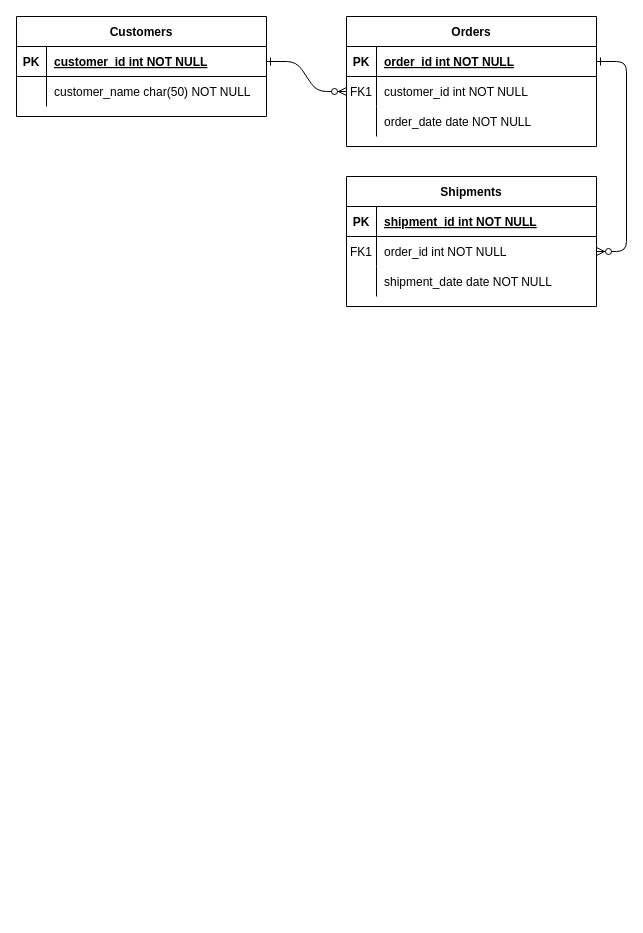
The draw.io diagram Untitled Diagram.drawio in Javalga/MySQL, before the edit. Source tidied: cells renumbered, new cells numbered last; positions are measured from the earlier drawing's top-left corner, leaving out a move shared by most shapes. Both pictures are drawn from the tidied source at 100%, with x=0, y=0 at pixel (16, 16).
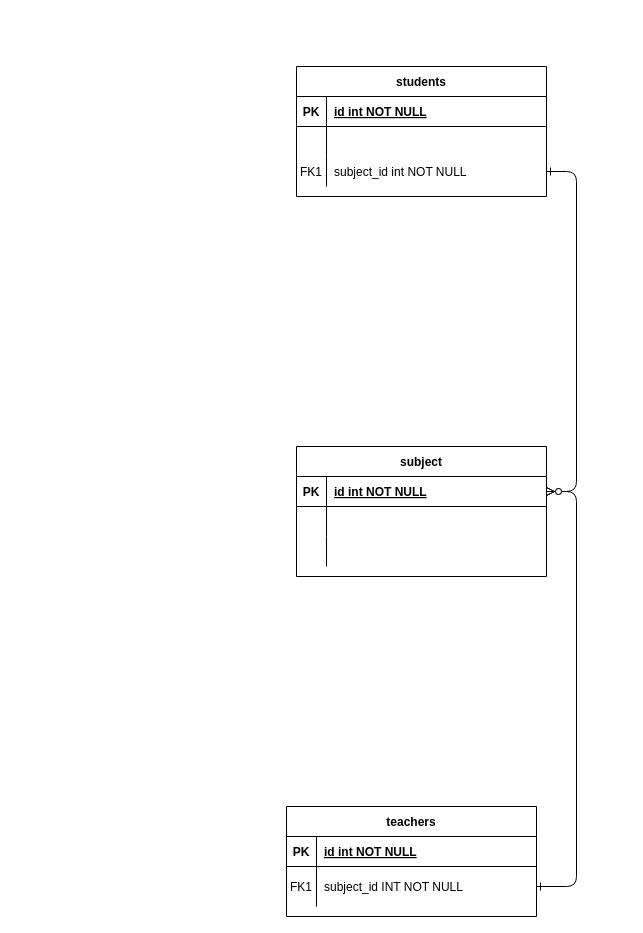
The same diagram, later.

The change refers to these unchanged cells:
```xml
<mxCell id="5" style="shape=partialRectangle;fillColor=none;points=[[0,0.5],[1,0.5]];portConstraint=eastwest;top=0;left=0;right=0;bottom=1;" parent="4" vertex="1">
  <mxGeometry y="30" width="250" height="30" as="geometry" />
</mxCell>
<mxCell id="8" style="shape=partialRectangle;fillColor=none;points=[[0,0.5],[1,0.5]];portConstraint=eastwest;top=0;left=0;right=0;bottom=0;" parent="4" vertex="1">
  <mxGeometry y="60" width="250" height="30" as="geometry" />
</mxCell>
<mxCell id="11" style="shape=partialRectangle;fillColor=none;top=0;left=0;right=0;bottom=0;" parent="4" vertex="1">
  <mxGeometry y="90" width="250" height="30" as="geometry" />
</mxCell>
<mxCell id="15" style="shape=partialRectangle;fillColor=none;top=0;left=0;right=0;bottom=1;" parent="14" vertex="1">
  <mxGeometry y="30" width="250" height="30" as="geometry" />
</mxCell>
<mxCell id="25" style="shape=partialRectangle;fillColor=none;points=[[0,0.5],[1,0.5]];portConstraint=eastwest;top=0;left=0;right=0;bottom=1;" parent="24" vertex="1">
  <mxGeometry y="30" width="250" height="30" as="geometry" />
</mxCell>
```

Change to the diagram source:
```diff
@@
-    <mxCell id="2" style="edgeStyle=entityRelationEdgeStyle;endArrow=ERzeroToMany;startArrow=ERone;endFill=1;startFill=0;" parent="1" edge="1" source="25" target="8">
+    <mxCell id="2" style="edgeStyle=entityRelationEdgeStyle;endArrow=ERzeroToMany;startArrow=ERone;endFill=1;startFill=0;" parent="1" edge="1" source="28" target="5">
       <mxGeometry relative="1" as="geometry" />
     </mxCell>
-    <mxCell id="3" style="edgeStyle=entityRelationEdgeStyle;endArrow=ERzeroToMany;startArrow=ERone;endFill=1;startFill=0;" parent="1" edge="1" source="5" target="18">
+    <mxCell id="3" style="edgeStyle=entityRelationEdgeStyle;endArrow=ERzeroToMany;startArrow=ERone;endFill=1;startFill=0;" parent="1" edge="1" source="18" target="5">
       <mxGeometry relative="1" as="geometry" />
     </mxCell>
-    <mxCell id="4" value="Orders" style="shape=table;startSize=30;childLayout=tableLayout;rowLines=0;fontStyle=1;align=center;" parent="1" vertex="1">
-      <mxGeometry x="330" width="250" height="130" as="geometry" />
+    <mxCell id="4" value="subject" style="shape=table;startSize=30;childLayout=tableLayout;rowLines=0;fontStyle=1;align=center;" parent="1" vertex="1">
+      <mxGeometry x="280" y="430" width="250" height="130" as="geometry" />
     </mxCell>
@@
-    <mxCell id="7" value="order_id int NOT NULL " style="shape=partialRectangle;overflow=hidden;fillColor=none;top=0;left=0;bottom=0;right=0;align=left;spacingLeft=6;fontStyle=5;" parent="5" vertex="1">
+    <mxCell id="7" value="id int NOT NULL " style="shape=partialRectangle;overflow=hidden;fillColor=none;top=0;left=0;bottom=0;right=0;align=left;spacingLeft=6;fontStyle=5;" parent="5" vertex="1">
       <mxGeometry x="30" width="220" height="30" as="geometry" />
     </mxCell>
@@
-    <mxCell id="9" value="FK1" style="shape=partialRectangle;overflow=hidden;fillColor=none;top=0;left=0;bottom=0;right=0;" parent="8" vertex="1">
+    <mxCell id="9" style="shape=partialRectangle;overflow=hidden;fillColor=none;top=0;left=0;bottom=0;right=0;" parent="8" vertex="1">
       <mxGeometry width="30" height="30" as="geometry" />
     </mxCell>
-    <mxCell id="10" value="customer_id int NOT NULL" style="shape=partialRectangle;overflow=hidden;fillColor=none;top=0;left=0;bottom=0;right=0;align=left;spacingLeft=6;" parent="8" vertex="1">
+    <mxCell id="10" style="shape=partialRectangle;overflow=hidden;fillColor=none;top=0;left=0;bottom=0;right=0;align=left;spacingLeft=6;" parent="8" vertex="1">
       <mxGeometry x="30" width="220" height="30" as="geometry" />
     </mxCell>
@@
-    <mxCell id="13" value="order_date date NOT NULL" style="shape=partialRectangle;overflow=hidden;fillColor=none;top=0;left=0;bottom=0;right=0;align=left;spacingLeft=6;" parent="11" vertex="1">
+    <mxCell id="13" style="shape=partialRectangle;overflow=hidden;fillColor=none;top=0;left=0;bottom=0;right=0;align=left;spacingLeft=6;" parent="11" vertex="1">
       <mxGeometry x="30" width="220" height="30" as="geometry" />
     </mxCell>
-    <mxCell id="14" value="Shipments" style="shape=table;startSize=30;childLayout=tableLayout;rowLines=0;fontStyle=1;align=center;" parent="1" vertex="1">
-      <mxGeometry x="330" y="160" width="250" height="130" as="geometry" />
+    <mxCell id="14" value="students" style="shape=table;startSize=30;childLayout=tableLayout;rowLines=0;fontStyle=1;align=center;" parent="1" vertex="1">
+      <mxGeometry x="280" y="50" width="250" height="130" as="geometry" />
     </mxCell>
@@
-    <mxCell id="17" value="shipment_id int NOT NULL " style="shape=partialRectangle;overflow=hidden;fillColor=none;top=0;left=0;bottom=0;right=0;align=left;spacingLeft=6;fontStyle=5;" parent="15" vertex="1">
+    <mxCell id="17" value="id int NOT NULL " style="shape=partialRectangle;overflow=hidden;fillColor=none;top=0;left=0;bottom=0;right=0;align=left;spacingLeft=6;fontStyle=5;" parent="15" vertex="1">
       <mxGeometry x="30" width="220" height="30" as="geometry" />
     </mxCell>
+    <mxCell id="21" style="shape=partialRectangle;fillColor=none;top=0;left=0;right=0;bottom=0;" parent="14" vertex="1">
+      <mxGeometry y="60" width="250" height="30" as="geometry" />
+    </mxCell>
+    <mxCell id="22" style="shape=partialRectangle;overflow=hidden;fillColor=none;top=0;left=0;bottom=0;right=0;" parent="21" vertex="1">
+      <mxGeometry width="30" height="30" as="geometry" />
+    </mxCell>
+    <mxCell id="23" style="shape=partialRectangle;overflow=hidden;fillColor=none;top=0;left=0;bottom=0;right=0;align=left;spacingLeft=6;" parent="21" vertex="1">
+      <mxGeometry x="30" width="220" height="30" as="geometry" />
+    </mxCell>
     <mxCell id="18" style="shape=partialRectangle;fillColor=none;points=[[0,0.5],[1,0.5]];portConstraint=eastwest;top=0;left=0;right=0;bottom=0;" parent="14" vertex="1">
-      <mxGeometry y="60" width="250" height="30" as="geometry" />
+      <mxGeometry y="90" width="250" height="30" as="geometry" />
     </mxCell>
@@
-    <mxCell id="20" value="order_id int NOT NULL" style="shape=partialRectangle;overflow=hidden;fillColor=none;top=0;left=0;bottom=0;right=0;align=left;spacingLeft=6;" parent="18" vertex="1">
+    <mxCell id="20" value="subject_id int NOT NULL" style="shape=partialRectangle;overflow=hidden;fillColor=none;top=0;left=0;bottom=0;right=0;align=left;spacingLeft=6;" parent="18" vertex="1">
       <mxGeometry x="30" width="220" height="30" as="geometry" />
     </mxCell>
-    <mxCell id="21" style="shape=partialRectangle;fillColor=none;top=0;left=0;right=0;bottom=0;" parent="14" vertex="1">
-      <mxGeometry y="90" width="250" height="30" as="geometry" />
-    </mxCell>
-    <mxCell id="22" style="shape=partialRectangle;overflow=hidden;fillColor=none;top=0;left=0;bottom=0;right=0;" parent="21" vertex="1">
-      <mxGeometry width="30" height="30" as="geometry" />
-    </mxCell>
-    <mxCell id="23" value="shipment_date date NOT NULL" style="shape=partialRectangle;overflow=hidden;fillColor=none;top=0;left=0;bottom=0;right=0;align=left;spacingLeft=6;" parent="21" vertex="1">
-      <mxGeometry x="30" width="220" height="30" as="geometry" />
-    </mxCell>
-    <mxCell id="24" value="Customers" style="shape=table;startSize=30;childLayout=tableLayout;rowLines=0;fontStyle=1;align=center;" parent="1" vertex="1">
-      <mxGeometry width="250" height="100" as="geometry" />
+    <mxCell id="24" value="teachers" style="shape=table;startSize=30;childLayout=tableLayout;rowLines=0;fontStyle=1;align=center;" parent="1" vertex="1">
+      <mxGeometry x="270" y="790" width="250" height="110" as="geometry" />
     </mxCell>
@@
-    <mxCell id="27" value="customer_id int NOT NULL " style="shape=partialRectangle;overflow=hidden;fillColor=none;top=0;left=0;bottom=0;right=0;align=left;spacingLeft=6;fontStyle=5;" parent="25" vertex="1">
+    <mxCell id="27" value="id int NOT NULL " style="shape=partialRectangle;overflow=hidden;fillColor=none;top=0;left=0;bottom=0;right=0;align=left;spacingLeft=6;fontStyle=5;" parent="25" vertex="1">
       <mxGeometry x="30" width="220" height="30" as="geometry" />
     </mxCell>
     <mxCell id="28" style="shape=partialRectangle;fillColor=none;points=[[0,0.5],[1,0.5]];portConstraint=eastwest;top=0;left=0;right=0;bottom=0;" parent="24" vertex="1">
-      <mxGeometry y="60" width="250" height="30" as="geometry" />
+      <mxGeometry y="60" width="250" height="40" as="geometry" />
     </mxCell>
-    <mxCell id="29" style="shape=partialRectangle;overflow=hidden;fillColor=none;top=0;left=0;bottom=0;right=0;" parent="28" vertex="1">
-      <mxGeometry width="30" height="30" as="geometry" />
+    <mxCell id="29" value="FK1" style="shape=partialRectangle;overflow=hidden;fillColor=none;top=0;left=0;bottom=0;right=0;" parent="28" vertex="1">
+      <mxGeometry width="30" height="40" as="geometry" />
     </mxCell>
-    <mxCell id="30" value="customer_name char(50) NOT NULL" style="shape=partialRectangle;overflow=hidden;fillColor=none;top=0;left=0;bottom=0;right=0;align=left;spacingLeft=6;" parent="28" vertex="1">
-      <mxGeometry x="30" width="220" height="30" as="geometry" />
+    <mxCell id="30" value="subject_id INT NOT NULL" style="shape=partialRectangle;overflow=hidden;fillColor=none;top=0;left=0;bottom=0;right=0;align=left;spacingLeft=6;" parent="28" vertex="1">
+      <mxGeometry x="30" width="220" height="40" as="geometry" />
     </mxCell>
```
